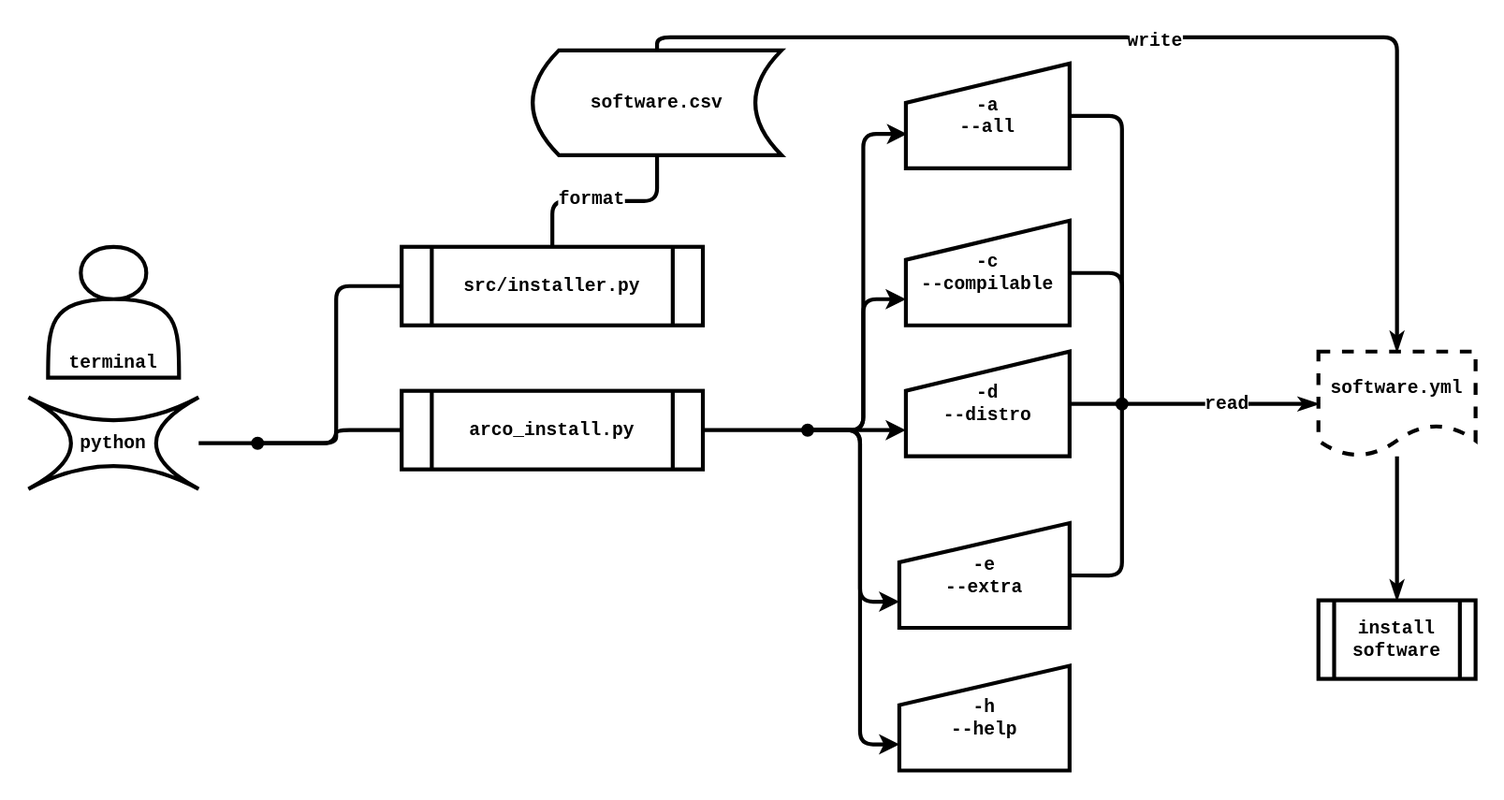
This is diagram.drawio.svg from AlbertoVf/arco-install, a draw.io export, as it was before one commit. Source tidied: cells renumbered, new cells last; positions are measured from the earlier drawing's top-left corner, leaving out a move shared by most shapes.
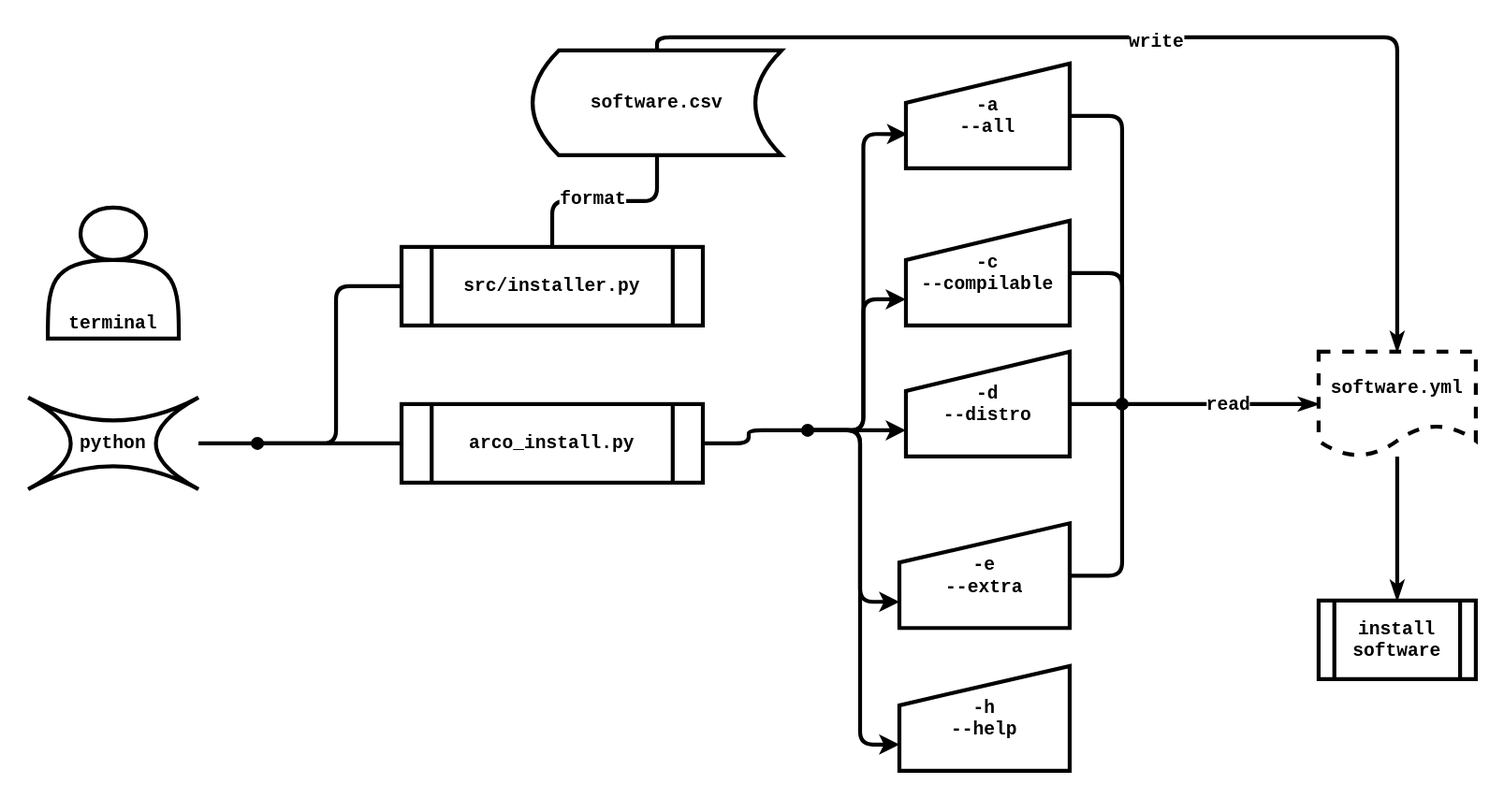
The same diagram one commit later.

What changed in the source:
```diff
@@ -1,9 +1,9 @@
-<mxGraphModel>
+<mxGraphModel background="#FFFFFF">
   <root>
     <mxCell id="0" />
     <mxCell id="1" parent="0" />
     <mxCell id="2" value="terminal" style="shape=actor;whiteSpace=wrap;html=1;fontFamily=Courier New;fontSize=14;rounded=0;fontStyle=1;strokeWidth=3;align=center;verticalAlign=bottom;" parent="1" vertex="1">
-      <mxGeometry x="15" y="150" width="100" height="100" as="geometry" />
+      <mxGeometry x="15" y="120" width="100" height="100" as="geometry" />
     </mxCell>
     <mxCell id="3" style="edgeStyle=orthogonalEdgeStyle;html=1;fontFamily=Courier New;fontSize=14;fontColor=default;rounded=1;fontStyle=1;strokeWidth=3;endArrow=none;endFill=0;align=center;verticalAlign=middle;" parent="1" edge="1" source="4" target="27">
       <mxGeometry relative="1" as="geometry" />
@@ -60,7 +60,7 @@
       <mxGeometry relative="1" as="geometry" />
     </mxCell>
     <mxCell id="21" value="arco_install.py" style="shape=process;whiteSpace=wrap;html=1;backgroundOutline=1;fontFamily=Courier New;fontSize=14;rounded=0;fontStyle=1;strokeWidth=3;align=center;verticalAlign=middle;" parent="1" vertex="1">
-      <mxGeometry x="285" y="260" width="230" height="60" as="geometry" />
+      <mxGeometry x="285" y="270" width="230" height="60" as="geometry" />
     </mxCell>
     <mxCell id="22" style="edgeStyle=orthogonalEdgeStyle;html=1;entryX=0.5;entryY=1;entryDx=0;entryDy=0;fontFamily=Courier New;fontSize=14;fontColor=default;rounded=1;fontStyle=1;strokeWidth=3;endArrow=none;endFill=0;align=center;verticalAlign=middle;" parent="1" edge="1" source="24" target="18">
       <mxGeometry relative="1" as="geometry" />
```
